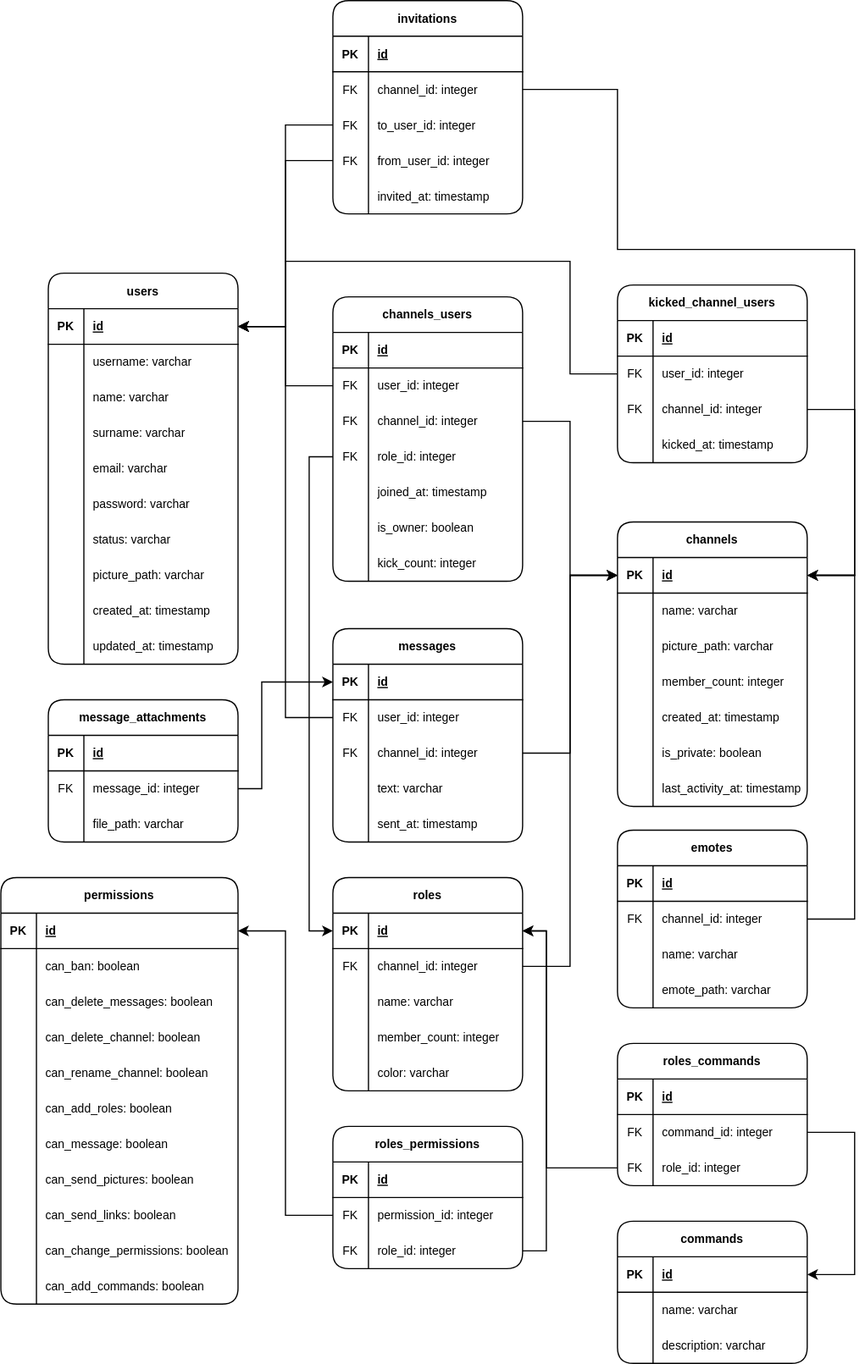
The draw.io diagram db_schema.svg in Salgac/VPWA-Frontend, before a commit. Source tidied: cells renumbered, new cells last; positions are measured from the earlier drawing's top-left corner, leaving out a move shared by most shapes.
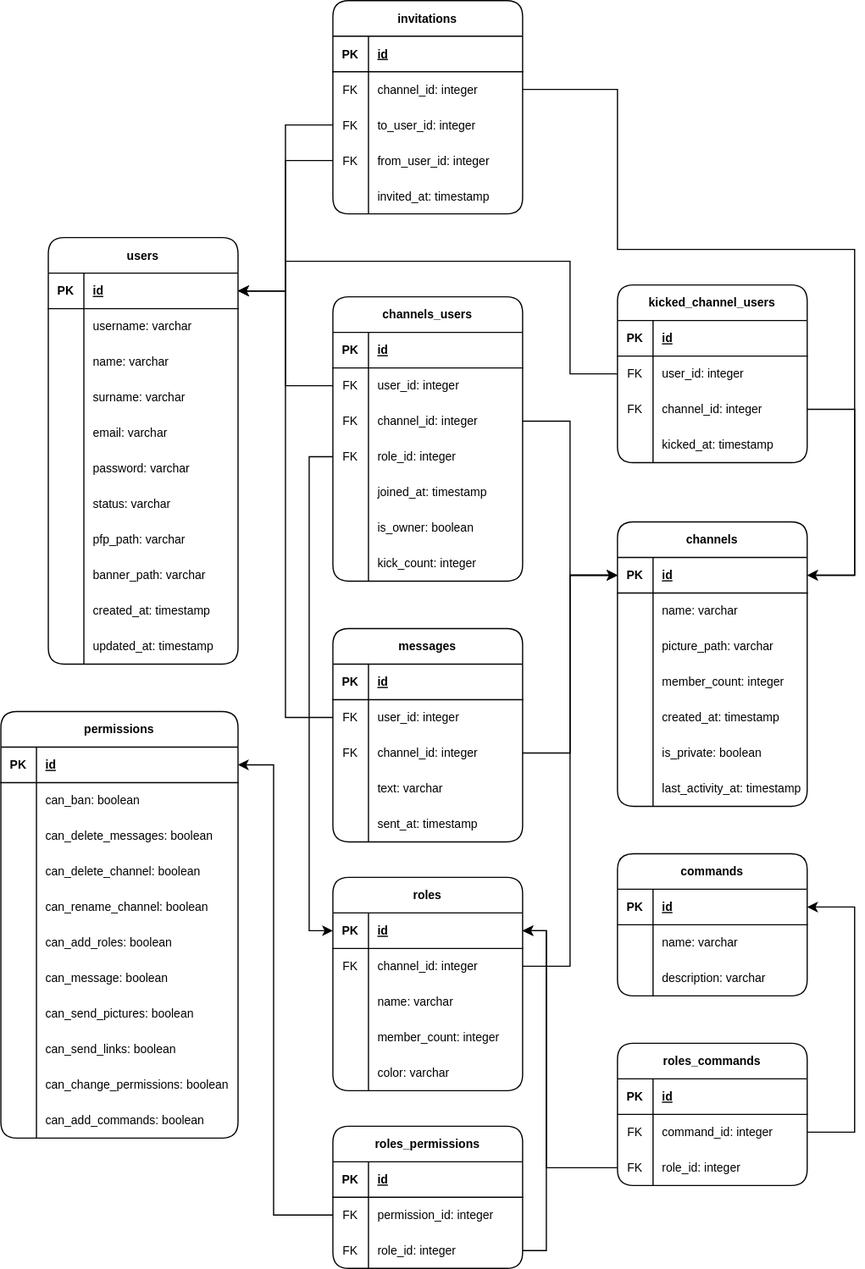
Later version of the same file.

Change to the diagram source:
```diff
@@ -3,7 +3,7 @@
     <mxCell id="0" />
     <mxCell id="1" parent="0" />
     <mxCell id="2" value="users" style="shape=table;startSize=30;rowLines=0;fontStyle=1;align=center;rounded=1;shadow=0;labelBackgroundColor=none;labelBorderColor=none;sketch=0;fontSize=10;fontColor=default;strokeColor=default;fillColor=default;gradientColor=none;" parent="1" vertex="1">
-      <mxGeometry x="40" y="230" width="160" height="330" as="geometry" />
+      <mxGeometry x="40" y="200" width="160" height="360" as="geometry" />
     </mxCell>
     <mxCell id="3" style="shape=tableRow;horizontal=0;startSize=0;swimlaneHead=0;swimlaneBody=0;fillColor=none;points=[[0,0.5],[1,0.5]];portConstraint=eastwest;top=0;left=0;right=0;bottom=1;rounded=1;shadow=0;labelBackgroundColor=none;labelBorderColor=none;sketch=0;fontSize=10;fontColor=default;strokeColor=default;" parent="2" vertex="1">
       <mxGeometry y="30" width="160" height="30" as="geometry" />
@@ -74,11 +74,20 @@
     <mxCell id="25" style="shape=partialRectangle;fillColor=none;top=0;left=0;bottom=0;right=0;overflow=hidden;rounded=1;shadow=0;labelBackgroundColor=none;labelBorderColor=none;sketch=0;fontSize=10;fontColor=default;strokeColor=default;" parent="24" vertex="1">
       <mxGeometry width="30" height="30" as="geometry" />
     </mxCell>
-    <mxCell id="26" value="picture_path: varchar" style="shape=partialRectangle;fillColor=none;top=0;left=0;bottom=0;right=0;align=left;spacingLeft=6;overflow=hidden;rounded=1;shadow=0;labelBackgroundColor=none;labelBorderColor=none;sketch=0;fontSize=10;fontColor=default;strokeColor=default;" parent="24" vertex="1">
+    <mxCell id="26" value="pfp_path: varchar" style="shape=partialRectangle;fillColor=none;top=0;left=0;bottom=0;right=0;align=left;spacingLeft=6;overflow=hidden;rounded=1;shadow=0;labelBackgroundColor=none;labelBorderColor=none;sketch=0;fontSize=10;fontColor=default;strokeColor=default;" parent="24" vertex="1">
       <mxGeometry x="30" width="130" height="30" as="geometry" />
     </mxCell>
+    <mxCell id="242" style="shape=tableRow;horizontal=0;startSize=0;swimlaneHead=0;swimlaneBody=0;fillColor=none;top=0;left=0;right=0;bottom=0;rounded=1;shadow=0;labelBackgroundColor=none;labelBorderColor=none;sketch=0;fontSize=10;fontColor=default;strokeColor=default;" parent="2" vertex="1">
+      <mxGeometry y="270" width="160" height="30" as="geometry" />
+    </mxCell>
+    <mxCell id="243" style="shape=partialRectangle;fillColor=none;top=0;left=0;bottom=0;right=0;overflow=hidden;rounded=1;shadow=0;labelBackgroundColor=none;labelBorderColor=none;sketch=0;fontSize=10;fontColor=default;strokeColor=default;" parent="242" vertex="1">
+      <mxGeometry width="30" height="30" as="geometry" />
+    </mxCell>
+    <mxCell id="244" value="banner_path: varchar" style="shape=partialRectangle;fillColor=none;top=0;left=0;bottom=0;right=0;align=left;spacingLeft=6;overflow=hidden;rounded=1;shadow=0;labelBackgroundColor=none;labelBorderColor=none;sketch=0;fontSize=10;fontColor=default;strokeColor=default;" parent="242" vertex="1">
+      <mxGeometry x="30" width="130" height="30" as="geometry" />
+    </mxCell>
     <mxCell id="27" style="shape=tableRow;horizontal=0;startSize=0;swimlaneHead=0;swimlaneBody=0;fillColor=none;top=0;left=0;right=0;bottom=0;rounded=1;shadow=0;labelBackgroundColor=none;labelBorderColor=none;sketch=0;fontSize=10;fontColor=default;strokeColor=default;" parent="2" vertex="1">
-      <mxGeometry y="270" width="160" height="30" as="geometry" />
+      <mxGeometry y="300" width="160" height="30" as="geometry" />
     </mxCell>
     <mxCell id="28" style="shape=partialRectangle;fillColor=none;top=0;left=0;bottom=0;right=0;overflow=hidden;rounded=1;shadow=0;labelBackgroundColor=none;labelBorderColor=none;sketch=0;fontSize=10;fontColor=default;strokeColor=default;" parent="27" vertex="1">
       <mxGeometry width="30" height="30" as="geometry" />
@@ -87,7 +96,7 @@
       <mxGeometry x="30" width="130" height="30" as="geometry" />
     </mxCell>
     <mxCell id="30" style="shape=tableRow;horizontal=0;startSize=0;swimlaneHead=0;swimlaneBody=0;fillColor=none;top=0;left=0;right=0;bottom=0;rounded=1;shadow=0;labelBackgroundColor=none;labelBorderColor=none;sketch=0;fontSize=10;fontColor=default;strokeColor=default;" parent="2" vertex="1">
-      <mxGeometry y="300" width="160" height="30" as="geometry" />
+      <mxGeometry y="330" width="160" height="30" as="geometry" />
     </mxCell>
     <mxCell id="31" style="shape=partialRectangle;fillColor=none;top=0;left=0;bottom=0;right=0;overflow=hidden;rounded=1;shadow=0;labelBackgroundColor=none;labelBorderColor=none;sketch=0;fontSize=10;fontColor=default;strokeColor=default;" parent="30" vertex="1">
       <mxGeometry width="30" height="30" as="geometry" />
@@ -276,7 +285,7 @@
       <mxGeometry x="30" width="130" height="30" as="geometry" />
     </mxCell>
     <mxCell id="93" value="permissions" style="shape=table;startSize=30;rowLines=0;fontStyle=1;align=center;rounded=1;shadow=0;labelBackgroundColor=none;labelBorderColor=none;sketch=0;fontSize=10;fontColor=default;strokeColor=default;fillColor=default;gradientColor=none;" parent="1" vertex="1">
-      <mxGeometry y="740" width="200" height="360" as="geometry" />
+      <mxGeometry y="600" width="200" height="360" as="geometry" />
     </mxCell>
     <mxCell id="94" style="shape=tableRow;horizontal=0;startSize=0;swimlaneHead=0;swimlaneBody=0;fillColor=none;points=[[0,0.5],[1,0.5]];portConstraint=eastwest;top=0;left=0;right=0;bottom=1;rounded=1;shadow=0;labelBackgroundColor=none;labelBorderColor=none;sketch=0;fontSize=10;fontColor=default;strokeColor=default;" parent="93" vertex="1">
       <mxGeometry y="30" width="200" height="30" as="geometry" />
@@ -381,7 +390,7 @@
       <mxGeometry relative="1" as="geometry">
         <Array as="points">
           <mxPoint x="240" y="325" />
-          <mxPoint x="240" y="275" />
+          <mxPoint x="240" y="245" />
         </Array>
       </mxGeometry>
     </mxCell>
@@ -442,8 +451,8 @@
     <mxCell id="141" style="edgeStyle=orthogonalEdgeStyle;rounded=0;jettySize=auto;html=1;exitX=0;exitY=0.5;exitDx=0;exitDy=0;entryX=1;entryY=0.5;entryDx=0;entryDy=0;fontSize=10;fontColor=default;" parent="1" edge="1" source="135" target="94">
       <mxGeometry relative="1" as="geometry">
         <Array as="points">
-          <mxPoint x="240" y="1025" />
-          <mxPoint x="240" y="785" />
+          <mxPoint x="230" y="1025" />
+          <mxPoint x="230" y="645" />
         </Array>
       </mxGeometry>
     </mxCell>
@@ -455,53 +464,6 @@
         </Array>
       </mxGeometry>
     </mxCell>
-    <mxCell id="143" value="emotes" style="shape=table;startSize=30;rowLines=0;fontStyle=1;align=center;rounded=1;shadow=0;labelBackgroundColor=none;labelBorderColor=none;sketch=0;fontSize=10;fontColor=default;strokeColor=default;fillColor=default;gradientColor=none;" parent="1" vertex="1">
-      <mxGeometry x="520" y="700" width="160" height="150" as="geometry" />
-    </mxCell>
-    <mxCell id="144" style="shape=tableRow;horizontal=0;startSize=0;swimlaneHead=0;swimlaneBody=0;fillColor=none;top=0;left=0;right=0;bottom=1;rounded=1;shadow=0;labelBackgroundColor=none;labelBorderColor=none;sketch=0;fontSize=10;fontColor=default;strokeColor=default;" parent="143" vertex="1">
-      <mxGeometry y="30" width="160" height="30" as="geometry" />
-    </mxCell>
-    <mxCell id="145" value="PK" style="shape=partialRectangle;fillColor=none;top=0;left=0;bottom=0;right=0;fontStyle=1;overflow=hidden;rounded=1;shadow=0;labelBackgroundColor=none;labelBorderColor=none;sketch=0;fontSize=10;fontColor=default;strokeColor=default;" parent="144" vertex="1">
-      <mxGeometry width="30" height="30" as="geometry" />
-    </mxCell>
-    <mxCell id="146" value="id" style="shape=partialRectangle;fillColor=none;top=0;left=0;bottom=0;right=0;align=left;spacingLeft=6;fontStyle=5;overflow=hidden;rounded=1;shadow=0;labelBackgroundColor=none;labelBorderColor=none;sketch=0;fontSize=10;fontColor=default;strokeColor=default;" parent="144" vertex="1">
-      <mxGeometry x="30" width="130" height="30" as="geometry" />
-    </mxCell>
-    <mxCell id="147" style="shape=tableRow;horizontal=0;startSize=0;swimlaneHead=0;swimlaneBody=0;fillColor=none;points=[[0,0.5],[1,0.5]];portConstraint=eastwest;top=0;left=0;right=0;bottom=0;rounded=1;shadow=0;labelBackgroundColor=none;labelBorderColor=none;sketch=0;fontSize=10;fontColor=default;strokeColor=default;" parent="143" vertex="1">
-      <mxGeometry y="60" width="160" height="30" as="geometry" />
-    </mxCell>
-    <mxCell id="148" value="FK" style="shape=partialRectangle;fillColor=none;top=0;left=0;bottom=0;right=0;overflow=hidden;rounded=1;shadow=0;labelBackgroundColor=none;labelBorderColor=none;sketch=0;fontSize=10;fontColor=default;strokeColor=default;" parent="147" vertex="1">
-      <mxGeometry width="30" height="30" as="geometry" />
-    </mxCell>
-    <mxCell id="149" value="channel_id: integer" style="shape=partialRectangle;fillColor=none;top=0;left=0;bottom=0;right=0;align=left;spacingLeft=6;overflow=hidden;rounded=1;shadow=0;labelBackgroundColor=none;labelBorderColor=none;sketch=0;fontSize=10;fontColor=default;strokeColor=default;" parent="147" vertex="1">
-      <mxGeometry x="30" width="130" height="30" as="geometry" />
-    </mxCell>
-    <mxCell id="150" style="shape=tableRow;horizontal=0;startSize=0;swimlaneHead=0;swimlaneBody=0;fillColor=none;top=0;left=0;right=0;bottom=0;rounded=1;shadow=0;labelBackgroundColor=none;labelBorderColor=none;sketch=0;fontSize=10;fontColor=default;strokeColor=default;" parent="143" vertex="1">
-      <mxGeometry y="90" width="160" height="30" as="geometry" />
-    </mxCell>
-    <mxCell id="151" style="shape=partialRectangle;fillColor=none;top=0;left=0;bottom=0;right=0;overflow=hidden;rounded=1;shadow=0;labelBackgroundColor=none;labelBorderColor=none;sketch=0;fontSize=10;fontColor=default;strokeColor=default;" parent="150" vertex="1">
-      <mxGeometry width="30" height="30" as="geometry" />
-    </mxCell>
-    <mxCell id="152" value="name: varchar" style="shape=partialRectangle;fillColor=none;top=0;left=0;bottom=0;right=0;align=left;spacingLeft=6;overflow=hidden;rounded=1;shadow=0;labelBackgroundColor=none;labelBorderColor=none;sketch=0;fontSize=10;fontColor=default;strokeColor=default;" parent="150" vertex="1">
-      <mxGeometry x="30" width="130" height="30" as="geometry" />
-    </mxCell>
-    <mxCell id="153" style="shape=tableRow;horizontal=0;startSize=0;swimlaneHead=0;swimlaneBody=0;fillColor=none;top=0;left=0;right=0;bottom=0;rounded=1;shadow=0;labelBackgroundColor=none;labelBorderColor=none;sketch=0;fontSize=10;fontColor=default;strokeColor=default;" parent="143" vertex="1">
-      <mxGeometry y="120" width="160" height="30" as="geometry" />
-    </mxCell>
-    <mxCell id="154" style="shape=partialRectangle;fillColor=none;top=0;left=0;bottom=0;right=0;overflow=hidden;rounded=1;shadow=0;labelBackgroundColor=none;labelBorderColor=none;sketch=0;fontSize=10;fontColor=default;strokeColor=default;" parent="153" vertex="1">
-      <mxGeometry width="30" height="30" as="geometry" />
-    </mxCell>
-    <mxCell id="155" value="emote_path: varchar" style="shape=partialRectangle;fillColor=none;top=0;left=0;bottom=0;right=0;align=left;spacingLeft=6;overflow=hidden;rounded=1;shadow=0;labelBackgroundColor=none;labelBorderColor=none;sketch=0;fontSize=10;fontColor=default;strokeColor=default;" parent="153" vertex="1">
-      <mxGeometry x="30" width="130" height="30" as="geometry" />
-    </mxCell>
-    <mxCell id="156" style="edgeStyle=orthogonalEdgeStyle;rounded=0;jettySize=auto;html=1;exitX=1;exitY=0.5;exitDx=0;exitDy=0;entryX=1;entryY=0.5;entryDx=0;entryDy=0;fontSize=10;fontColor=default;" parent="1" edge="1" source="147" target="34">
-      <mxGeometry relative="1" as="geometry">
-        <Array as="points">
-          <mxPoint x="720" y="775" />
-          <mxPoint x="720" y="485" />
-        </Array>
-      </mxGeometry>
-    </mxCell>
     <mxCell id="157" value="kicked_channel_users" style="shape=table;startSize=30;rowLines=0;fontStyle=1;align=center;rounded=1;shadow=0;labelBackgroundColor=none;labelBorderColor=none;sketch=0;fontSize=10;fontColor=default;strokeColor=default;fillColor=default;gradientColor=none;" parent="1" vertex="1">
       <mxGeometry x="520" y="240" width="160" height="150" as="geometry" />
     </mxCell>
@@ -603,51 +565,13 @@
           <mxPoint x="480" y="315" />
           <mxPoint x="480" y="220" />
           <mxPoint x="240" y="220" />
-          <mxPoint x="240" y="275" />
+          <mxPoint x="240" y="245" />
         </Array>
       </mxGeometry>
     </mxCell>
-    <mxCell id="188" value="message_attachments" style="shape=table;startSize=30;rowLines=0;fontStyle=1;align=center;rounded=1;shadow=0;labelBackgroundColor=none;labelBorderColor=none;sketch=0;fontSize=10;fontColor=default;strokeColor=default;fillColor=default;gradientColor=none;" parent="1" vertex="1">
-      <mxGeometry x="40" y="590" width="160" height="120" as="geometry" />
-    </mxCell>
-    <mxCell id="189" style="shape=tableRow;horizontal=0;startSize=0;swimlaneHead=0;swimlaneBody=0;fillColor=none;top=0;left=0;right=0;bottom=1;rounded=1;shadow=0;labelBackgroundColor=none;labelBorderColor=none;sketch=0;fontSize=10;fontColor=default;strokeColor=default;" parent="188" vertex="1">
-      <mxGeometry y="30" width="160" height="30" as="geometry" />
-    </mxCell>
-    <mxCell id="190" value="PK" style="shape=partialRectangle;fillColor=none;top=0;left=0;bottom=0;right=0;fontStyle=1;overflow=hidden;rounded=1;shadow=0;labelBackgroundColor=none;labelBorderColor=none;sketch=0;fontSize=10;fontColor=default;strokeColor=default;" parent="189" vertex="1">
-      <mxGeometry width="30" height="30" as="geometry" />
-    </mxCell>
-    <mxCell id="191" value="id" style="shape=partialRectangle;fillColor=none;top=0;left=0;bottom=0;right=0;align=left;spacingLeft=6;fontStyle=5;overflow=hidden;rounded=1;shadow=0;labelBackgroundColor=none;labelBorderColor=none;sketch=0;fontSize=10;fontColor=default;strokeColor=default;" parent="189" vertex="1">
-      <mxGeometry x="30" width="130" height="30" as="geometry" />
-    </mxCell>
-    <mxCell id="192" style="shape=tableRow;horizontal=0;startSize=0;swimlaneHead=0;swimlaneBody=0;fillColor=none;points=[[0,0.5],[1,0.5]];portConstraint=eastwest;top=0;left=0;right=0;bottom=0;rounded=1;shadow=0;labelBackgroundColor=none;labelBorderColor=none;sketch=0;fontSize=10;fontColor=default;strokeColor=default;" parent="188" vertex="1">
-      <mxGeometry y="60" width="160" height="30" as="geometry" />
-    </mxCell>
-    <mxCell id="193" value="FK" style="shape=partialRectangle;fillColor=none;top=0;left=0;bottom=0;right=0;overflow=hidden;rounded=1;shadow=0;labelBackgroundColor=none;labelBorderColor=none;sketch=0;fontSize=10;fontColor=default;strokeColor=default;" parent="192" vertex="1">
-      <mxGeometry width="30" height="30" as="geometry" />
-    </mxCell>
-    <mxCell id="194" value="message_id: integer" style="shape=partialRectangle;fillColor=none;top=0;left=0;bottom=0;right=0;align=left;spacingLeft=6;overflow=hidden;rounded=1;shadow=0;labelBackgroundColor=none;labelBorderColor=none;sketch=0;fontSize=10;fontColor=default;strokeColor=default;" parent="192" vertex="1">
-      <mxGeometry x="30" width="130" height="30" as="geometry" />
-    </mxCell>
-    <mxCell id="195" style="shape=tableRow;horizontal=0;startSize=0;swimlaneHead=0;swimlaneBody=0;fillColor=none;top=0;left=0;right=0;bottom=0;rounded=1;shadow=0;labelBackgroundColor=none;labelBorderColor=none;sketch=0;fontSize=10;fontColor=default;strokeColor=default;" parent="188" vertex="1">
-      <mxGeometry y="90" width="160" height="30" as="geometry" />
-    </mxCell>
-    <mxCell id="196" style="shape=partialRectangle;fillColor=none;top=0;left=0;bottom=0;right=0;overflow=hidden;rounded=1;shadow=0;labelBackgroundColor=none;labelBorderColor=none;sketch=0;fontSize=10;fontColor=default;strokeColor=default;" parent="195" vertex="1">
-      <mxGeometry width="30" height="30" as="geometry" />
-    </mxCell>
-    <mxCell id="197" value="file_path: varchar" style="shape=partialRectangle;fillColor=none;top=0;left=0;bottom=0;right=0;align=left;spacingLeft=6;overflow=hidden;rounded=1;shadow=0;labelBackgroundColor=none;labelBorderColor=none;sketch=0;fontSize=10;fontColor=default;strokeColor=default;" parent="195" vertex="1">
-      <mxGeometry x="30" width="130" height="30" as="geometry" />
-    </mxCell>
     <mxCell id="198" style="edgeStyle=orthogonalEdgeStyle;rounded=0;jettySize=auto;html=1;exitX=0;exitY=0.5;exitDx=0;exitDy=0;fontSize=10;fontColor=default;" parent="1" edge="1" source="175" target="3">
       <mxGeometry relative="1" as="geometry" />
     </mxCell>
-    <mxCell id="199" style="edgeStyle=orthogonalEdgeStyle;rounded=0;jettySize=auto;html=1;exitX=1;exitY=0.5;exitDx=0;exitDy=0;entryX=0;entryY=0.5;entryDx=0;entryDy=0;fontSize=10;fontColor=default;" parent="1" edge="1" source="192" target="172">
-      <mxGeometry relative="1" as="geometry">
-        <Array as="points">
-          <mxPoint x="220" y="665" />
-          <mxPoint x="220" y="575" />
-        </Array>
-      </mxGeometry>
-    </mxCell>
     <mxCell id="200" style="edgeStyle=orthogonalEdgeStyle;rounded=0;jettySize=auto;html=1;exitX=1;exitY=0.5;exitDx=0;exitDy=0;entryX=0;entryY=0.5;entryDx=0;entryDy=0;" parent="1" edge="1" source="178" target="34">
       <mxGeometry relative="1" as="geometry" />
     </mxCell>
@@ -682,7 +606,7 @@
       <mxGeometry x="30" width="130" height="30" as="geometry" />
     </mxCell>
     <mxCell id="211" value="commands" style="shape=table;startSize=30;rowLines=0;fontStyle=1;align=center;rounded=1;shadow=0;labelBackgroundColor=none;labelBorderColor=none;sketch=0;fontSize=10;fontColor=default;strokeColor=default;fillColor=default;gradientColor=none;" parent="1" vertex="1">
-      <mxGeometry x="520" y="1030" width="160" height="120" as="geometry" />
+      <mxGeometry x="520" y="720" width="160" height="120" as="geometry" />
     </mxCell>
     <mxCell id="212" style="shape=tableRow;horizontal=0;startSize=0;swimlaneHead=0;swimlaneBody=0;fillColor=none;points=[[0,0.5],[1,0.5]];portConstraint=eastwest;top=0;left=0;right=0;bottom=1;rounded=1;shadow=0;labelBackgroundColor=none;labelBorderColor=none;sketch=0;fontSize=10;fontColor=default;strokeColor=default;" parent="211" vertex="1">
       <mxGeometry y="30" width="160" height="30" as="geometry" />
@@ -715,7 +639,7 @@
       <mxGeometry relative="1" as="geometry">
         <Array as="points">
           <mxPoint x="720" y="955" />
-          <mxPoint x="720" y="1075" />
+          <mxPoint x="720" y="765" />
         </Array>
       </mxGeometry>
     </mxCell>
```
